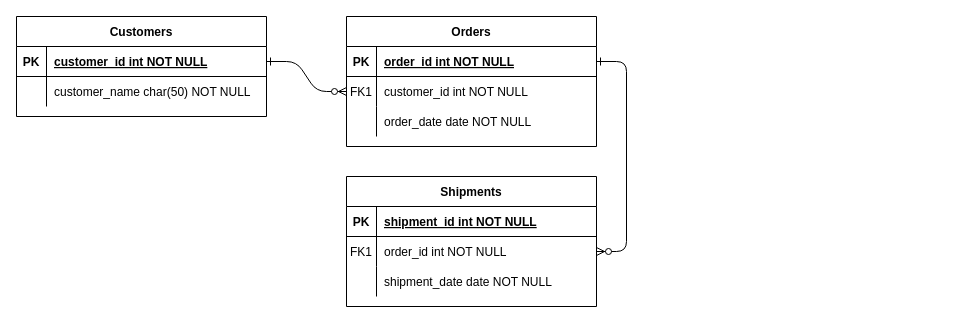
a1046700338/draw keeps this draw.io diagram as page "Page-1" (1 of 3) of app.diagrams.net/ER图.drawio. Above is the earlier version. Source tidied: cells renumbered, new cells numbered last; positions are measured from the earlier drawing's top-left corner, leaving out a move shared by most shapes. Both pictures are drawn from the tidied source at 100%, with x=0, y=0 at pixel (16, 16).
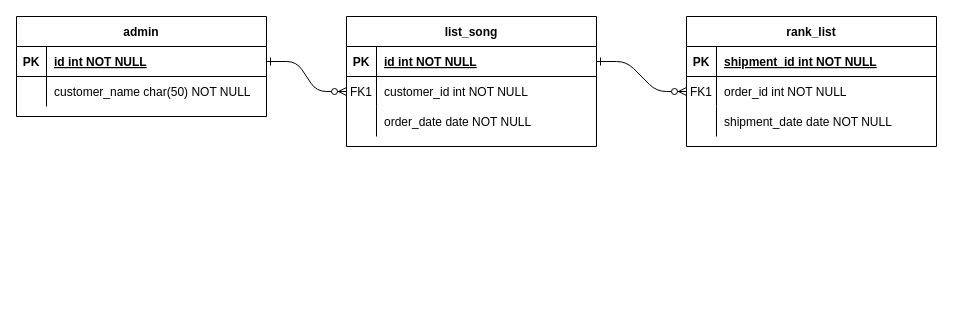
After the change.

The change refers to these unchanged cells:
```xml
<mxCell id="5" style="shape=partialRectangle;fillColor=none;points=[[0,0.5],[1,0.5]];portConstraint=eastwest;top=0;left=0;right=0;bottom=1;" parent="4" vertex="1">
  <mxGeometry y="30" width="250" height="30" as="geometry" />
</mxCell>
<mxCell id="25" style="shape=partialRectangle;fillColor=none;points=[[0,0.5],[1,0.5]];portConstraint=eastwest;top=0;left=0;right=0;bottom=1;" parent="24" vertex="1">
  <mxGeometry y="30" width="250" height="30" as="geometry" />
</mxCell>
```

The edit, as a diff of the source:
```diff
@@
-    <mxCell id="4" value="Orders" style="shape=table;startSize=30;childLayout=tableLayout;rowLines=0;fontStyle=1;align=center;" parent="1" vertex="1">
+    <mxCell id="4" value="list_song" style="shape=table;startSize=30;childLayout=tableLayout;rowLines=0;fontStyle=1;align=center;" parent="1" vertex="1">
       <mxGeometry x="330" width="250" height="130" as="geometry" />
     </mxCell>
@@
-    <mxCell id="7" value="order_id int NOT NULL " style="shape=partialRectangle;overflow=hidden;fillColor=none;top=0;left=0;bottom=0;right=0;align=left;spacingLeft=6;fontStyle=5;" parent="5" vertex="1">
+    <mxCell id="7" value="id int NOT NULL " style="shape=partialRectangle;overflow=hidden;fillColor=none;top=0;left=0;bottom=0;right=0;align=left;spacingLeft=6;fontStyle=5;" parent="5" vertex="1">
       <mxGeometry x="30" width="220" height="30" as="geometry" />
     </mxCell>
@@
-    <mxCell id="14" value="Shipments" style="shape=table;startSize=30;childLayout=tableLayout;rowLines=0;fontStyle=1;align=center;" parent="1" vertex="1">
-      <mxGeometry x="330" y="160" width="250" height="130" as="geometry" />
+    <mxCell id="14" value="rank_list" style="shape=table;startSize=30;childLayout=tableLayout;rowLines=0;fontStyle=1;align=center;" parent="1" vertex="1">
+      <mxGeometry x="670" width="250" height="130" as="geometry" />
     </mxCell>
@@
-    <mxCell id="24" value="Customers" style="shape=table;startSize=30;childLayout=tableLayout;rowLines=0;fontStyle=1;align=center;" parent="1" vertex="1">
+    <mxCell id="24" value="admin" style="shape=table;startSize=30;childLayout=tableLayout;rowLines=0;fontStyle=1;align=center;" parent="1" vertex="1">
       <mxGeometry width="250" height="100" as="geometry" />
     </mxCell>
@@
-    <mxCell id="27" value="customer_id int NOT NULL " style="shape=partialRectangle;overflow=hidden;fillColor=none;top=0;left=0;bottom=0;right=0;align=left;spacingLeft=6;fontStyle=5;" parent="25" vertex="1">
+    <mxCell id="27" value="id int NOT NULL " style="shape=partialRectangle;overflow=hidden;fillColor=none;top=0;left=0;bottom=0;right=0;align=left;spacingLeft=6;fontStyle=5;" parent="25" vertex="1">
       <mxGeometry x="30" width="220" height="30" as="geometry" />
     </mxCell>
```
